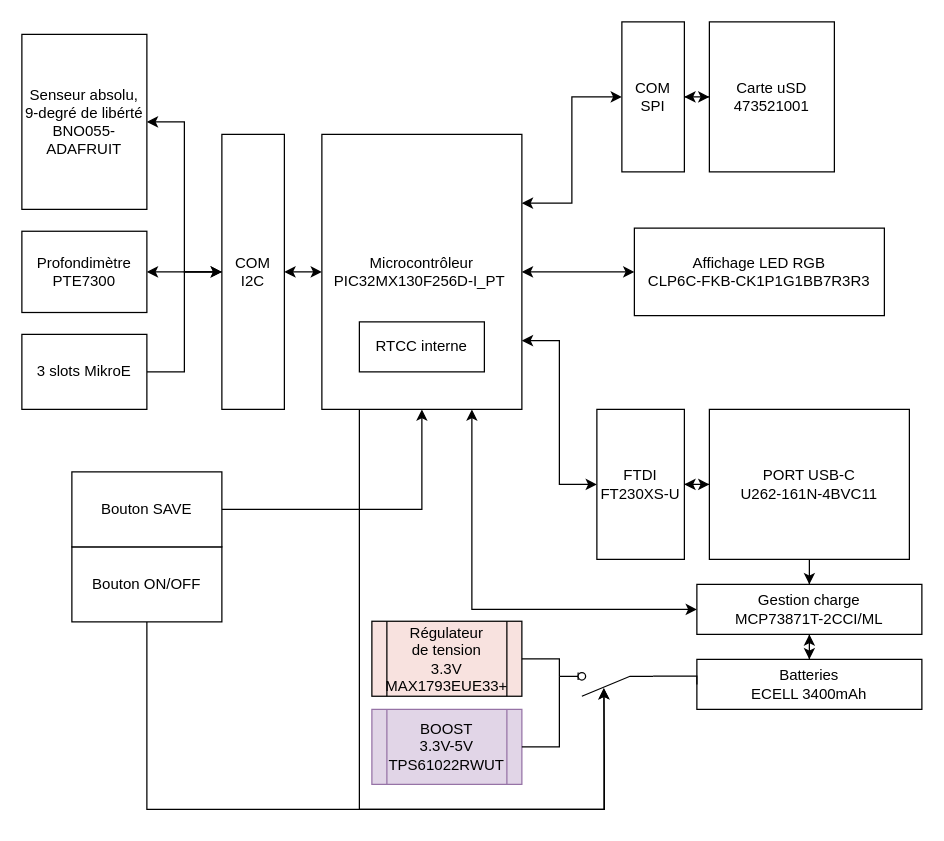
This is doc/references/Figures/Schema-bloc-detail.drawio from Ali-Z0/2221_Underwater-Positioning-System, a draw.io file, before an edit. Source tidied: cells renumbered, new cells numbered last; positions are measured from the earlier drawing's top-left corner, leaving out a move shared by most shapes. Both pictures are drawn from the tidied source at 125%, with x=0, y=0 at pixel (21, 21).
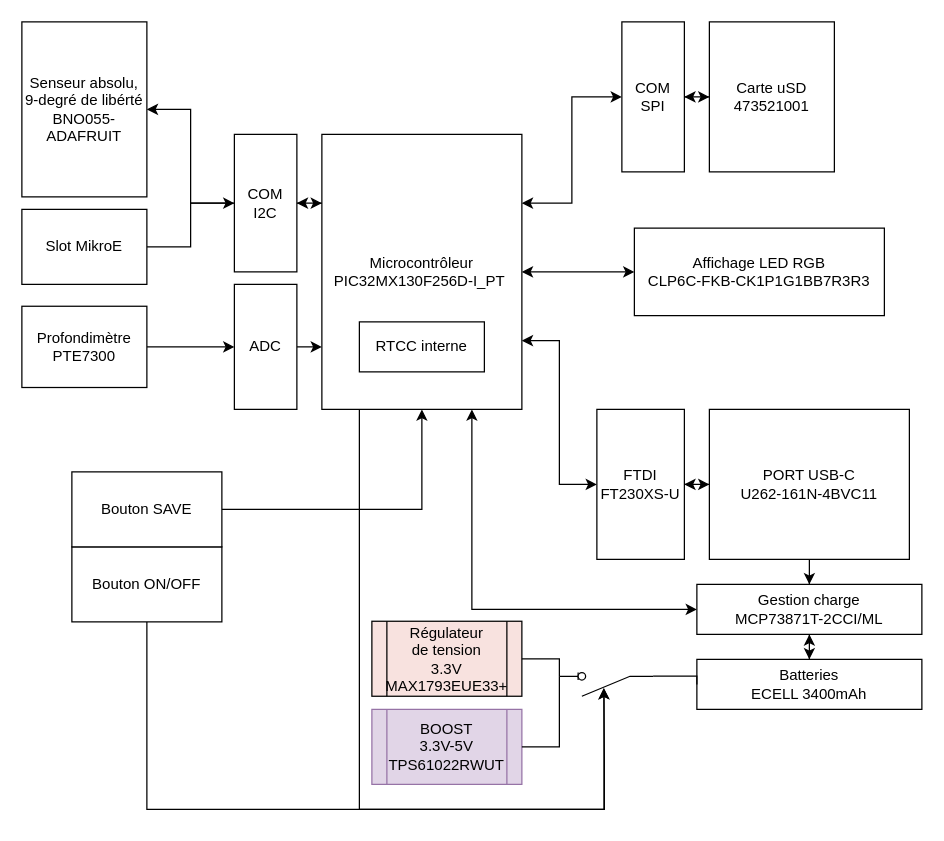
After the change.

Commit message (it also covers changes not shown here):
Schema bloc a jour

Unchanged cells that the change refers to:
```xml
<mxCell id="9" value="Microcontrôleur &lt;br&gt;PIC32MX130F256D-I_PT&amp;nbsp;" style="rounded=0;whiteSpace=wrap;html=1;" parent="1" vertex="1">
  <mxGeometry x="240" y="90" width="160" height="220" as="geometry" />
</mxCell>
```

Change to the diagram source:
```diff
@@
     <mxCell id="3" value="Senseur absolu, 9-degré de libérté&lt;br&gt;BNO055-ADAFRUIT" style="rounded=0;whiteSpace=wrap;html=1;" parent="1" vertex="1">
-      <mxGeometry y="10" width="100" height="140" as="geometry" />
+      <mxGeometry width="100" height="140" as="geometry" />
     </mxCell>
-    <mxCell id="4" style="edgeStyle=orthogonalEdgeStyle;rounded=0;jettySize=auto;html=1;entryX=0;entryY=0.5;entryDx=0;entryDy=0;startArrow=classic;startFill=1;" parent="1" edge="1" source="5" target="11">
-      <mxGeometry relative="1" as="geometry" />
-    </mxCell>
+    <mxCell id="38" style="edgeStyle=orthogonalEdgeStyle;rounded=0;jettySize=auto;html=1;entryX=0;entryY=0.5;entryDx=0;entryDy=0;" parent="1" edge="1" source="5" target="40">
+      <mxGeometry relative="1" as="geometry" />
+    </mxCell>
     <mxCell id="5" value="Profondimètre&lt;br&gt;PTE7300" style="rounded=0;whiteSpace=wrap;html=1;" parent="1" vertex="1">
-      <mxGeometry y="167.5" width="100" height="65" as="geometry" />
+      <mxGeometry y="227.5" width="100" height="65" as="geometry" />
     </mxCell>
@@
-    <mxCell id="10" style="edgeStyle=orthogonalEdgeStyle;rounded=0;jettySize=auto;html=1;entryX=0;entryY=0.5;entryDx=0;entryDy=0;startArrow=classic;startFill=1;" parent="1" edge="1" source="11" target="9">
+    <mxCell id="10" style="edgeStyle=orthogonalEdgeStyle;rounded=0;jettySize=auto;html=1;entryX=0;entryY=0.25;entryDx=0;entryDy=0;startArrow=classic;startFill=1;" parent="1" edge="1" source="11" target="9">
       <mxGeometry relative="1" as="geometry" />
     </mxCell>
     <mxCell id="11" value="COM&lt;br&gt;I2C" style="rounded=0;whiteSpace=wrap;html=1;" parent="1" vertex="1">
-      <mxGeometry x="160" y="90" width="50" height="220" as="geometry" />
+      <mxGeometry x="170" y="90" width="50" height="110" as="geometry" />
     </mxCell>
@@
-    <mxCell id="37" value="3 slots MikroE" style="rounded=0;whiteSpace=wrap;html=1;" parent="1" vertex="1">
-      <mxGeometry y="250" width="100" height="60" as="geometry" />
+    <mxCell id="37" value="Slot MikroE" style="rounded=0;whiteSpace=wrap;html=1;" parent="1" vertex="1">
+      <mxGeometry y="150" width="100" height="60" as="geometry" />
     </mxCell>
+    <mxCell id="39" style="edgeStyle=orthogonalEdgeStyle;rounded=0;jettySize=auto;html=1;entryX=0.005;entryY=0.774;entryDx=0;entryDy=0;entryPerimeter=0;" parent="1" edge="1" source="40" target="9">
+      <mxGeometry relative="1" as="geometry" />
+    </mxCell>
+    <mxCell id="40" value="ADC" style="rounded=0;whiteSpace=wrap;html=1;" parent="1" vertex="1">
+      <mxGeometry x="170" y="210" width="50" height="100" as="geometry" />
+    </mxCell>
```
